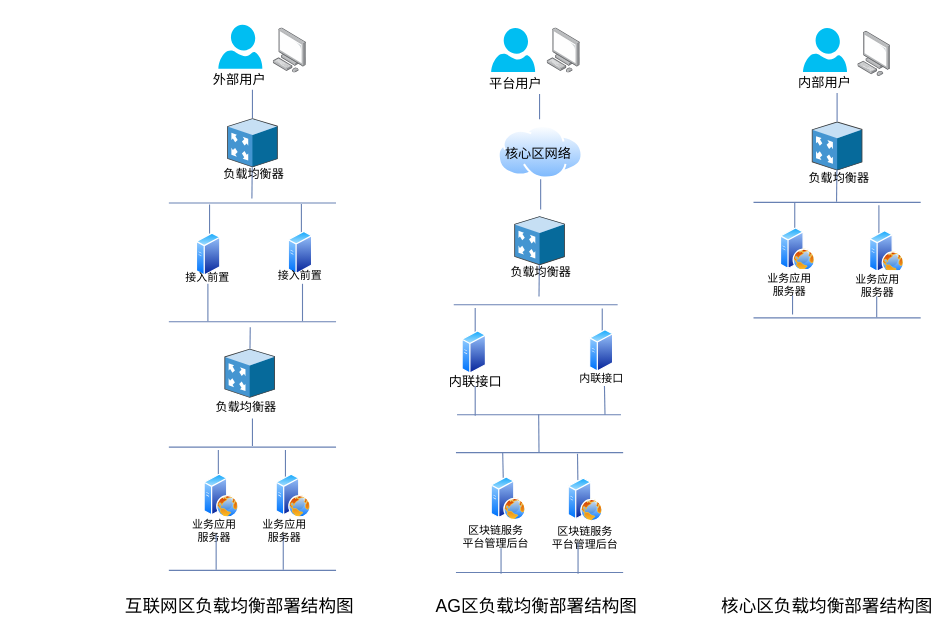
Above: repository/drawio/postb/系统内F5部署结构图.drawio in dilide/collections (draw.io), before the change. Source tidied: cells renumbered, new cells numbered last; positions are measured from the earlier drawing's top-left corner, leaving out a move shared by most shapes. Both pictures are drawn from the tidied source at 110%, with x=0, y=0 at pixel (119, 24).
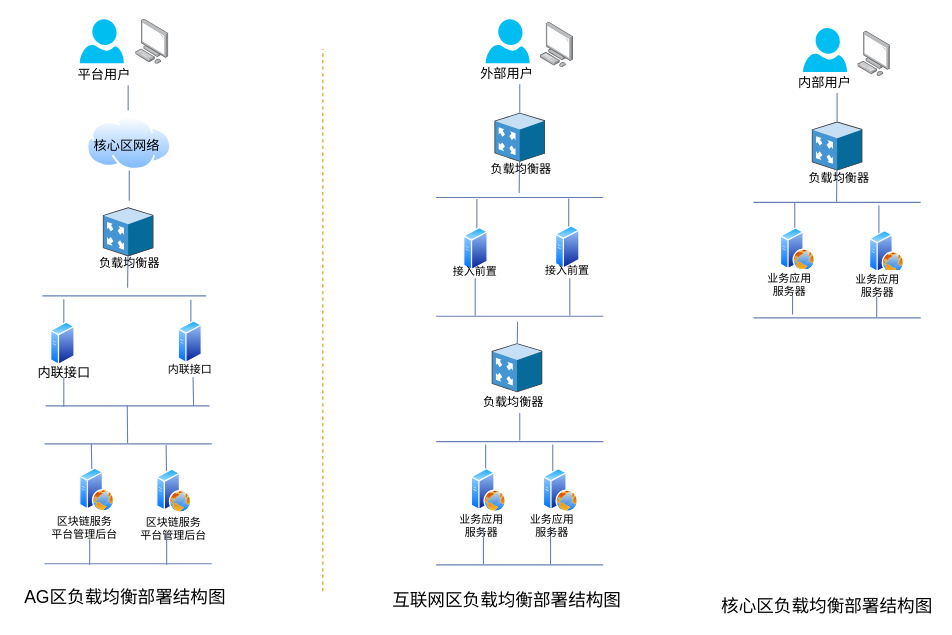
The same diagram, later.

Commit message:
Update 系统内F5部署结构图.drawio

What changed in the source:
```diff
@@
     <mxCell id="2" style="group;" parent="1" vertex="1">
-      <mxGeometry x="80" width="60" height="54" as="geometry" />
+      <mxGeometry x="323" y="-5" width="60" height="54" as="geometry" />
     </mxCell>
@@
     <mxCell id="5" style="html=1;align=center;shadow=0;dashed=0;image;image=img/lib/allied_telesis/computer_and_terminals/Personal_Computer.svg;strokeColor=#6881B3;fillColor=#99CCFF;fontSize=12;" parent="1" vertex="1">
-      <mxGeometry x="140" y="3" width="30" height="41" as="geometry" />
+      <mxGeometry x="383" y="-2" width="30" height="41" as="geometry" />
     </mxCell>
     <mxCell id="6" style="shadow=0;dashed=0;html=1;labelPosition=center;verticalLabelPosition=bottom;verticalAlign=top;align=center;outlineConnect=0;shape=mxgraph.veeam.3d.proxy_appliance;direction=east;" parent="1" vertex="1">
-      <mxGeometry x="98" y="85" width="46" height="44.6" as="geometry" />
+      <mxGeometry x="341" y="80" width="46" height="44.6" as="geometry" />
     </mxCell>
     <mxCell id="7" style="endArrow=none;html=1;strokeColor=#6881B3;entryX=0.5;entryY=1;entryDx=0;entryDy=0;" parent="1" edge="1" source="6">
       <mxGeometry relative="1" as="geometry">
-        <mxPoint x="121" y="59" as="targetPoint" />
+        <mxPoint x="364" y="54" as="targetPoint" />
       </mxGeometry>
     </mxCell>
     <mxCell id="8" style="endArrow=none;html=1;strokeColor=#6881B3;" parent="1" edge="1">
       <mxGeometry relative="1" as="geometry">
-        <mxPoint x="120.5" y="158" as="sourcePoint" />
-        <mxPoint x="120.8" y="129.6" as="targetPoint" />
+        <mxPoint x="363.5" y="153" as="sourcePoint" />
+        <mxPoint x="363.8" y="124.6" as="targetPoint" />
       </mxGeometry>
     </mxCell>
@@
     <mxCell id="10" style="endArrow=none;html=1;strokeColor=#6881B3;" parent="1" edge="1">
       <mxGeometry relative="1" as="geometry">
-        <mxPoint x="45" y="384" as="sourcePoint" />
-        <mxPoint x="197" y="384" as="targetPoint" />
+        <mxPoint x="288" y="379" as="sourcePoint" />
+        <mxPoint x="440" y="379" as="targetPoint" />
       </mxGeometry>
     </mxCell>
     <mxCell id="11" value="区块链服务&lt;br style=&quot;font-size: 10px&quot;&gt;平台管理后台" style="text;html=1;align=center;verticalAlign=top;spacingTop=-4;fontSize=10;" parent="1" vertex="1">
-      <mxGeometry x="301" y="451" width="82" height="24" as="geometry" />
+      <mxGeometry x="-73" y="443" width="82" height="24" as="geometry" />
     </mxCell>
     <mxCell id="12" style="endArrow=none;html=1;strokeColor=#6881B3;" parent="1" edge="1">
       <mxGeometry relative="1" as="geometry">
-        <mxPoint x="349" y="412" as="sourcePoint" />
-        <mxPoint x="348.5" y="389" as="targetPoint" />
+        <mxPoint x="-25" y="404" as="sourcePoint" />
+        <mxPoint x="-25.5" y="381" as="targetPoint" />
       </mxGeometry>
     </mxCell>
     <mxCell id="13" style="perimeter=ellipsePerimeter;html=1;align=center;shadow=0;dashed=0;spacingTop=3;image;image=img/lib/active_directory/web_server.svg;strokeColor=#6881B3;strokeWidth=1;fillColor=#99CCFF;fontSize=12;" parent="1" vertex="1">
-      <mxGeometry x="338" y="411" width="32" height="40" as="geometry" />
+      <mxGeometry x="-36" y="403" width="32" height="40" as="geometry" />
     </mxCell>
     <mxCell id="14" style="endArrow=none;html=1;strokeColor=#6881B3;fontSize=10;" parent="1" edge="1">
       <mxGeometry relative="1" as="geometry">
-        <mxPoint x="45" y="162" as="sourcePoint" />
-        <mxPoint x="197" y="162" as="targetPoint" />
+        <mxPoint x="288" y="157" as="sourcePoint" />
+        <mxPoint x="440" y="157" as="targetPoint" />
       </mxGeometry>
     </mxCell>
     <mxCell id="15" style="endArrow=none;html=1;strokeColor=#6881B3;" parent="1" edge="1">
       <mxGeometry relative="1" as="geometry">
-        <mxPoint x="82" y="197.5" as="sourcePoint" />
-        <mxPoint x="82" y="163.5" as="targetPoint" />
+        <mxPoint x="325" y="192.5" as="sourcePoint" />
+        <mxPoint x="325" y="158.5" as="targetPoint" />
       </mxGeometry>
     </mxCell>
     <mxCell id="16" style="perimeter=ellipsePerimeter;html=1;align=center;shadow=0;dashed=0;spacingTop=3;image;image=img/lib/active_directory/generic_server.svg;strokeColor=#6881B3;strokeWidth=1;fillColor=#99CCFF;fontSize=8;" parent="1" vertex="1">
-      <mxGeometry x="70" y="189" width="22.4" height="40" as="geometry" />
+      <mxGeometry x="313" y="184" width="22.4" height="40" as="geometry" />
     </mxCell>
     <mxCell id="17" value="接入前置" style="text;html=1;align=center;verticalAlign=top;spacingTop=-4;fontSize=10;" parent="1" vertex="1">
-      <mxGeometry x="51" y="220.5" width="58" height="12" as="geometry" />
+      <mxGeometry x="294" y="215.5" width="58" height="12" as="geometry" />
     </mxCell>
     <mxCell id="18" style="endArrow=none;html=1;strokeColor=#6881B3;" parent="1" edge="1">
       <mxGeometry relative="1" as="geometry">
-        <mxPoint x="165.5" y="197" as="sourcePoint" />
-        <mxPoint x="165.5" y="163" as="targetPoint" />
+        <mxPoint x="408.5" y="192" as="sourcePoint" />
+        <mxPoint x="408.5" y="158" as="targetPoint" />
       </mxGeometry>
     </mxCell>
     <mxCell id="19" style="perimeter=ellipsePerimeter;html=1;align=center;shadow=0;dashed=0;spacingTop=3;image;image=img/lib/active_directory/generic_server.svg;strokeColor=#6881B3;strokeWidth=1;fillColor=#99CCFF;fontSize=8;" parent="1" vertex="1">
-      <mxGeometry x="153.5" y="187.5" width="22.4" height="40" as="geometry" />
+      <mxGeometry x="396.5" y="182.5" width="22.4" height="40" as="geometry" />
     </mxCell>
     <mxCell id="20" value="接入前置" style="text;html=1;align=center;verticalAlign=top;spacingTop=-4;fontSize=10;" parent="1" vertex="1">
-      <mxGeometry x="134.5" y="220" width="58" height="12" as="geometry" />
+      <mxGeometry x="377.5" y="215" width="58" height="12" as="geometry" />
     </mxCell>
     <mxCell id="21" style="endArrow=none;html=1;strokeColor=#6881B3;" parent="1" edge="1">
       <mxGeometry relative="1" as="geometry">
-        <mxPoint x="80.5" y="269.5" as="sourcePoint" />
-        <mxPoint x="80.5" y="235.5" as="targetPoint" />
+        <mxPoint x="323.5" y="264.5" as="sourcePoint" />
+        <mxPoint x="323.5" y="230.5" as="targetPoint" />
       </mxGeometry>
     </mxCell>
     <mxCell id="22" style="endArrow=none;html=1;strokeColor=#6881B3;" parent="1" edge="1">
       <mxGeometry relative="1" as="geometry">
-        <mxPoint x="166.5" y="269.5" as="sourcePoint" />
-        <mxPoint x="166.5" y="235.5" as="targetPoint" />
+        <mxPoint x="409.5" y="264.5" as="sourcePoint" />
+        <mxPoint x="409.5" y="230.5" as="targetPoint" />
       </mxGeometry>
     </mxCell>
     <mxCell id="23" style="endArrow=none;html=1;strokeColor=#6881B3;fontSize=10;" parent="1" edge="1">
       <mxGeometry relative="1" as="geometry">
-        <mxPoint x="45" y="270" as="sourcePoint" />
-        <mxPoint x="197" y="270" as="targetPoint" />
+        <mxPoint x="288" y="265" as="sourcePoint" />
+        <mxPoint x="440" y="265" as="targetPoint" />
       </mxGeometry>
     </mxCell>
     <mxCell id="24" style="shadow=0;dashed=0;html=1;labelPosition=center;verticalLabelPosition=bottom;verticalAlign=top;align=center;outlineConnect=0;shape=mxgraph.veeam.3d.proxy_appliance;direction=east;" parent="1" vertex="1">
-      <mxGeometry x="95.5" y="294.5" width="46" height="44.6" as="geometry" />
+      <mxGeometry x="338.5" y="289.5" width="46" height="44.6" as="geometry" />
     </mxCell>
     <mxCell id="25" style="endArrow=none;html=1;strokeColor=#6881B3;" parent="1" edge="1" source="24">
       <mxGeometry relative="1" as="geometry">
-        <mxPoint x="119" y="275" as="targetPoint" />
+        <mxPoint x="362" y="270" as="targetPoint" />
       </mxGeometry>
     </mxCell>
     <mxCell id="26" style="endArrow=none;html=1;strokeColor=#6881B3;" parent="1" edge="1" target="38">
       <mxGeometry relative="1" as="geometry">
-        <mxPoint x="121" y="383" as="sourcePoint" />
+        <mxPoint x="364" y="378" as="sourcePoint" />
       </mxGeometry>
     </mxCell>
     <mxCell id="27" value="业务应用&lt;br&gt;服务器" style="text;html=1;align=center;verticalAlign=top;spacingTop=-4;fontSize=10;" parent="1" vertex="1">
-      <mxGeometry x="57" y="445.5" width="58" height="24" as="geometry" />
+      <mxGeometry x="300" y="440.5" width="58" height="24" as="geometry" />
     </mxCell>
     <mxCell id="28" style="endArrow=none;html=1;strokeColor=#6881B3;" parent="1" edge="1">
       <mxGeometry relative="1" as="geometry">
-        <mxPoint x="90" y="418.5" as="sourcePoint" />
-        <mxPoint x="90" y="386.5" as="targetPoint" />
+        <mxPoint x="333" y="413.5" as="sourcePoint" />
+        <mxPoint x="333" y="381.5" as="targetPoint" />
       </mxGeometry>
     </mxCell>
     <mxCell id="29" style="endArrow=none;html=1;strokeColor=#6881B3;" parent="1" edge="1">
       <mxGeometry relative="1" as="geometry">
-        <mxPoint x="151" y="418.5" as="sourcePoint" />
-        <mxPoint x="151" y="386.5" as="targetPoint" />
+        <mxPoint x="394" y="413.5" as="sourcePoint" />
+        <mxPoint x="394" y="381.5" as="targetPoint" />
       </mxGeometry>
     </mxCell>
     <mxCell id="30" style="perimeter=ellipsePerimeter;html=1;align=center;shadow=0;dashed=0;spacingTop=3;image;image=img/lib/active_directory/web_server.svg;strokeColor=#6881B3;strokeWidth=1;fillColor=#99CCFF;fontSize=12;" parent="1" vertex="1">
-      <mxGeometry x="77" y="408.5" width="32" height="40" as="geometry" />
+      <mxGeometry x="320" y="403.5" width="32" height="40" as="geometry" />
     </mxCell>
     <mxCell id="31" style="endArrow=none;html=1;strokeColor=#6881B3;" parent="1" edge="1">
       <mxGeometry relative="1" as="geometry">
-        <mxPoint x="45" y="496" as="sourcePoint" />
-        <mxPoint x="197" y="496" as="targetPoint" />
+        <mxPoint x="288" y="491" as="sourcePoint" />
+        <mxPoint x="440" y="491" as="targetPoint" />
       </mxGeometry>
     </mxCell>
     <mxCell id="32" style="endArrow=none;html=1;strokeColor=#6881B3;" parent="1" edge="1">
       <mxGeometry relative="1" as="geometry">
-        <mxPoint x="347" y="499" as="sourcePoint" />
-        <mxPoint x="347" y="476" as="targetPoint" />
+        <mxPoint x="-27" y="491" as="sourcePoint" />
+        <mxPoint x="-27" y="468" as="targetPoint" />
       </mxGeometry>
     </mxCell>
     <mxCell id="33" style="endArrow=none;html=1;strokeColor=#6881B3;" parent="1" edge="1">
       <mxGeometry relative="1" as="geometry">
-        <mxPoint x="88" y="495.5" as="sourcePoint" />
-        <mxPoint x="88" y="463.5" as="targetPoint" />
+        <mxPoint x="331" y="490.5" as="sourcePoint" />
+        <mxPoint x="331" y="458.5" as="targetPoint" />
       </mxGeometry>
     </mxCell>
     <mxCell id="34" style="endArrow=none;html=1;strokeColor=#6881B3;" parent="1" edge="1">
       <mxGeometry relative="1" as="geometry">
-        <mxPoint x="149" y="495.5" as="sourcePoint" />
-        <mxPoint x="149" y="463.5" as="targetPoint" />
+        <mxPoint x="392" y="490.5" as="sourcePoint" />
+        <mxPoint x="392" y="458.5" as="targetPoint" />
       </mxGeometry>
     </mxCell>
     <mxCell id="35" style="html=1;align=center;shadow=0;dashed=0;image;image=img/lib/allied_telesis/computer_and_terminals/Personal_Computer.svg;strokeColor=#6881B3;fillColor=#99CCFF;fontSize=12;" parent="1" vertex="1">
-      <mxGeometry x="389" y="3" width="30" height="41" as="geometry" />
+      <mxGeometry x="15" y="-5" width="30" height="41" as="geometry" />
     </mxCell>
     <mxCell id="36" value="平台用户" style="text;html=1;align=center;verticalAlign=top;spacingTop=-4;fontSize=12;" parent="1" vertex="1">
-      <mxGeometry x="331" y="44" width="58" height="14" as="geometry" />
+      <mxGeometry x="-43" y="36" width="58" height="14" as="geometry" />
     </mxCell>
     <mxCell id="37" style="verticalLabelPosition=bottom;html=1;verticalAlign=top;align=center;strokeColor=none;fillColor=#00BEF2;shape=mxgraph.azure.user;" parent="1" vertex="1">
-      <mxGeometry x="338" y="3" width="40" height="40" as="geometry" />
+      <mxGeometry x="-36" y="-5" width="40" height="40" as="geometry" />
     </mxCell>
     <mxCell id="38" value="&lt;font style=&quot;font-size: 11px&quot;&gt;负载均衡器&lt;/font&gt;" style="text;html=1;points=[];align=left;verticalAlign=top;spacingTop=-4;fontSize=19;" parent="1" vertex="1">
-      <mxGeometry x="86" y="332" width="70" height="26" as="geometry" />
+      <mxGeometry x="329" y="327" width="70" height="26" as="geometry" />
     </mxCell>
     <mxCell id="39" value="业务应用&lt;br&gt;服务器" style="text;html=1;align=center;verticalAlign=top;spacingTop=-4;fontSize=10;" parent="1" vertex="1">
-      <mxGeometry x="120.5" y="445.5" width="58" height="24" as="geometry" />
+      <mxGeometry x="363.5" y="440.5" width="58" height="24" as="geometry" />
     </mxCell>
     <mxCell id="40" style="perimeter=ellipsePerimeter;html=1;align=center;shadow=0;dashed=0;spacingTop=3;image;image=img/lib/active_directory/web_server.svg;strokeColor=#6881B3;strokeWidth=1;fillColor=#99CCFF;fontSize=12;" parent="1" vertex="1">
-      <mxGeometry x="142.5" y="408.5" width="32" height="40" as="geometry" />
+      <mxGeometry x="385.5" y="403.5" width="32" height="40" as="geometry" />
     </mxCell>
     <mxCell id="41" style="shadow=0;dashed=0;html=1;labelPosition=center;verticalLabelPosition=bottom;verticalAlign=top;align=center;shape=mxgraph.veeam.3d.proxy_appliance;direction=east;" parent="1" vertex="1">
-      <mxGeometry x="359" y="174" width="46" height="44.6" as="geometry" />
+      <mxGeometry x="-15" y="166" width="46" height="44.6" as="geometry" />
     </mxCell>
     <mxCell id="42" style="endArrow=none;html=1;strokeColor=#6881B3;entryX=0.5;entryY=1;entryDx=0;entryDy=0;" parent="1" edge="1">
       <mxGeometry relative="1" as="geometry">
-        <mxPoint x="382" y="86" as="sourcePoint" />
-        <mxPoint x="382" y="63" as="targetPoint" />
+        <mxPoint x="8" y="78" as="sourcePoint" />
+        <mxPoint x="8" y="55" as="targetPoint" />
       </mxGeometry>
     </mxCell>
     <mxCell id="43" style="endArrow=none;html=1;strokeColor=#6881B3;" parent="1" edge="1">
       <mxGeometry relative="1" as="geometry">
-        <mxPoint x="381.5" y="247" as="sourcePoint" />
-        <mxPoint x="381.8" y="218.6" as="targetPoint" />
+        <mxPoint x="7.5" y="239" as="sourcePoint" />
+        <mxPoint x="7.8" y="210.6" as="targetPoint" />
       </mxGeometry>
     </mxCell>
@@
     <mxCell id="45" style="endArrow=none;html=1;strokeColor=#6881B3;fontSize=10;" parent="1" edge="1">
       <mxGeometry relative="1" as="geometry">
-        <mxPoint x="306" y="389" as="sourcePoint" />
-        <mxPoint x="458" y="389" as="targetPoint" />
+        <mxPoint x="-68" y="381" as="sourcePoint" />
+        <mxPoint x="84" y="381" as="targetPoint" />
       </mxGeometry>
     </mxCell>
     <mxCell id="46" value="区块链服务&lt;br style=&quot;font-size: 10px&quot;&gt;平台管理后台" style="text;html=1;align=center;verticalAlign=top;spacingTop=-4;fontSize=10;" parent="1" vertex="1">
-      <mxGeometry x="382" y="452" width="82" height="24" as="geometry" />
+      <mxGeometry x="8" y="444" width="82" height="24" as="geometry" />
     </mxCell>
     <mxCell id="47" style="endArrow=none;html=1;strokeColor=#6881B3;exitX=0.25;exitY=0;exitDx=0;exitDy=0;" parent="1" edge="1" source="48">
       <mxGeometry relative="1" as="geometry">
-        <mxPoint x="416.5" y="390" as="targetPoint" />
+        <mxPoint x="42.5" y="382" as="targetPoint" />
       </mxGeometry>
     </mxCell>
     <mxCell id="48" style="perimeter=ellipsePerimeter;html=1;align=center;shadow=0;dashed=0;spacingTop=3;image;image=img/lib/active_directory/web_server.svg;strokeColor=#6881B3;strokeWidth=1;fillColor=#99CCFF;fontSize=12;" parent="1" vertex="1">
-      <mxGeometry x="408" y="412" width="32" height="40" as="geometry" />
+      <mxGeometry x="34" y="404" width="32" height="40" as="geometry" />
     </mxCell>
     <mxCell id="49" style="endArrow=none;html=1;strokeColor=#6881B3;" parent="1" edge="1">
       <mxGeometry relative="1" as="geometry">
-        <mxPoint x="417" y="499" as="sourcePoint" />
-        <mxPoint x="417" y="471" as="targetPoint" />
+        <mxPoint x="43" y="491" as="sourcePoint" />
+        <mxPoint x="43" y="463" as="targetPoint" />
       </mxGeometry>
     </mxCell>
     <mxCell id="50" style="endArrow=none;html=1;strokeColor=#6881B3;fontSize=10;" parent="1" edge="1">
       <mxGeometry relative="1" as="geometry">
-        <mxPoint x="306" y="498" as="sourcePoint" />
-        <mxPoint x="458" y="498" as="targetPoint" />
+        <mxPoint x="-68" y="490" as="sourcePoint" />
+        <mxPoint x="84" y="490" as="targetPoint" />
       </mxGeometry>
     </mxCell>
@@
     <mxCell id="68" value="AG区负载均衡部署结构图" style="text;html=1;align=center;verticalAlign=top;spacingTop=-4;fontSize=16;" parent="1" vertex="1">
-      <mxGeometry x="282.5" y="516" width="193" height="19" as="geometry" />
+      <mxGeometry x="-91.5" y="508" width="193" height="19" as="geometry" />
     </mxCell>
     <mxCell id="69" value="互联网区负载均衡部署结构图" style="text;html=1;align=center;verticalAlign=top;spacingTop=-4;fontSize=16;" parent="1" vertex="1">
-      <mxGeometry y="516" width="218" height="19" as="geometry" />
+      <mxGeometry x="243" y="511" width="218" height="19" as="geometry" />
     </mxCell>
@@
     <mxCell id="72" style="endArrow=none;html=1;strokeColor=#6881B3;fontSize=10;" parent="1" edge="1">
       <mxGeometry relative="1" as="geometry">
-        <mxPoint x="304" y="254.5" as="sourcePoint" />
-        <mxPoint x="453" y="254.5" as="targetPoint" />
+        <mxPoint x="-70" y="246.5" as="sourcePoint" />
+        <mxPoint x="79" y="246.5" as="targetPoint" />
       </mxGeometry>
     </mxCell>
     <mxCell id="73" style="endArrow=none;html=1;strokeColor=#6881B3;" parent="1" edge="1">
       <mxGeometry relative="1" as="geometry">
-        <mxPoint x="323.5" y="291.5" as="sourcePoint" />
-        <mxPoint x="323.5" y="257.5" as="targetPoint" />
+        <mxPoint x="-50.5" y="283.5" as="sourcePoint" />
+        <mxPoint x="-50.5" y="249.5" as="targetPoint" />
       </mxGeometry>
     </mxCell>
     <mxCell id="74" style="perimeter=ellipsePerimeter;html=1;align=center;shadow=0;dashed=0;spacingTop=3;image;image=img/lib/active_directory/generic_server.svg;strokeColor=#6881B3;strokeWidth=1;fillColor=#99CCFF;fontSize=8;" parent="1" vertex="1">
-      <mxGeometry x="311.5" y="278" width="22.4" height="40" as="geometry" />
+      <mxGeometry x="-62.5" y="270" width="22.4" height="40" as="geometry" />
     </mxCell>
     <mxCell id="75" style="endArrow=none;html=1;strokeColor=#6881B3;" parent="1" edge="1">
       <mxGeometry relative="1" as="geometry">
-        <mxPoint x="439" y="292" as="sourcePoint" />
-        <mxPoint x="439" y="258" as="targetPoint" />
+        <mxPoint x="65" y="284" as="sourcePoint" />
+        <mxPoint x="65" y="250" as="targetPoint" />
       </mxGeometry>
     </mxCell>
     <mxCell id="76" style="perimeter=ellipsePerimeter;html=1;align=center;shadow=0;dashed=0;spacingTop=3;image;image=img/lib/active_directory/generic_server.svg;strokeColor=#6881B3;strokeWidth=1;fillColor=#99CCFF;fontSize=8;" parent="1" vertex="1">
-      <mxGeometry x="427.5" y="276.5" width="22" height="40" as="geometry" />
+      <mxGeometry x="53.5" y="268.5" width="22" height="40" as="geometry" />
     </mxCell>
     <mxCell id="77" value="内联接口" style="text;html=1;align=center;verticalAlign=top;spacingTop=-4;fontSize=10;" parent="1" vertex="1">
-      <mxGeometry x="409" y="312.5" width="58" height="12" as="geometry" />
+      <mxGeometry x="35" y="304.5" width="58" height="12" as="geometry" />
     </mxCell>
     <mxCell id="78" style="endArrow=none;html=1;strokeColor=#6881B3;" parent="1" edge="1">
       <mxGeometry relative="1" as="geometry">
-        <mxPoint x="323.5" y="355.5" as="sourcePoint" />
-        <mxPoint x="323.5" y="328.5" as="targetPoint" />
+        <mxPoint x="-50.5" y="347.5" as="sourcePoint" />
+        <mxPoint x="-50.5" y="320.5" as="targetPoint" />
       </mxGeometry>
     </mxCell>
     <mxCell id="79" style="endArrow=none;html=1;strokeColor=#6881B3;" parent="1" edge="1">
       <mxGeometry relative="1" as="geometry">
-        <mxPoint x="441.5" y="354.5" as="sourcePoint" />
-        <mxPoint x="441" y="328.5" as="targetPoint" />
+        <mxPoint x="67.5" y="346.5" as="sourcePoint" />
+        <mxPoint x="67" y="320.5" as="targetPoint" />
       </mxGeometry>
     </mxCell>
     <mxCell id="80" style="endArrow=none;html=1;strokeColor=#6881B3;fontSize=10;" parent="1" edge="1">
       <mxGeometry relative="1" as="geometry">
-        <mxPoint x="307" y="354.5" as="sourcePoint" />
-        <mxPoint x="456" y="354.5" as="targetPoint" />
+        <mxPoint x="-67" y="346.5" as="sourcePoint" />
+        <mxPoint x="82" y="346.5" as="targetPoint" />
       </mxGeometry>
     </mxCell>
     <mxCell id="81" value="内联接口" style="text;html=1;align=left;verticalAlign=top;spacingTop=-4;" parent="1" vertex="1">
-      <mxGeometry x="297.5" y="314.5" width="58" height="14" as="geometry" />
+      <mxGeometry x="-76.5" y="306.5" width="58" height="14" as="geometry" />
     </mxCell>
     <mxCell id="82" style="endArrow=none;html=1;strokeColor=#6881B3;" parent="1" edge="1">
       <mxGeometry relative="1" as="geometry">
-        <mxPoint x="381.5" y="388.5" as="sourcePoint" />
-        <mxPoint x="381.2" y="354" as="targetPoint" />
+        <mxPoint x="7.5" y="380.5" as="sourcePoint" />
+        <mxPoint x="7.2" y="346" as="targetPoint" />
       </mxGeometry>
     </mxCell>
     <mxCell id="83" style="edgeStyle=orthogonalEdgeStyle;rounded=0;jettySize=auto;html=1;exitX=0.5;exitY=1;exitDx=0;exitDy=0;strokeWidth=1;endArrow=none;endFill=0;strokeColor=#6881B3;" parent="1" edge="1" source="84">
       <mxGeometry relative="1" as="geometry">
-        <mxPoint x="383" y="168" as="targetPoint" />
+        <mxPoint x="9" y="160" as="targetPoint" />
       </mxGeometry>
     </mxCell>
     <mxCell id="84" style="perimeter=ellipsePerimeter;html=1;align=center;shadow=0;dashed=0;spacingTop=3;image;image=img/lib/active_directory/internet_cloud.svg;fillColor=#ffffff;" parent="1" vertex="1">
-      <mxGeometry x="344.5" y="91.5" width="77" height="49" as="geometry" />
+      <mxGeometry x="-29.5" y="83.5" width="77" height="49" as="geometry" />
     </mxCell>
     <mxCell id="85" value="核心区网络" style="text;html=1;align=left;verticalAlign=top;spacingTop=-4;" parent="1" vertex="1">
-      <mxGeometry x="348.5" y="108" width="70" height="14" as="geometry" />
+      <mxGeometry x="-25.5" y="100" width="70" height="14" as="geometry" />
     </mxCell>
+    <mxCell id="86" style="endArrow=none;html=1;dashed=1;fillColor=#ffe6cc;strokeColor=#d79b00;" parent="1" edge="1">
+      <mxGeometry relative="1" as="geometry">
+        <mxPoint x="185" y="515" as="sourcePoint" />
+        <mxPoint x="185" y="22" as="targetPoint" />
+      </mxGeometry>
+    </mxCell>
```
